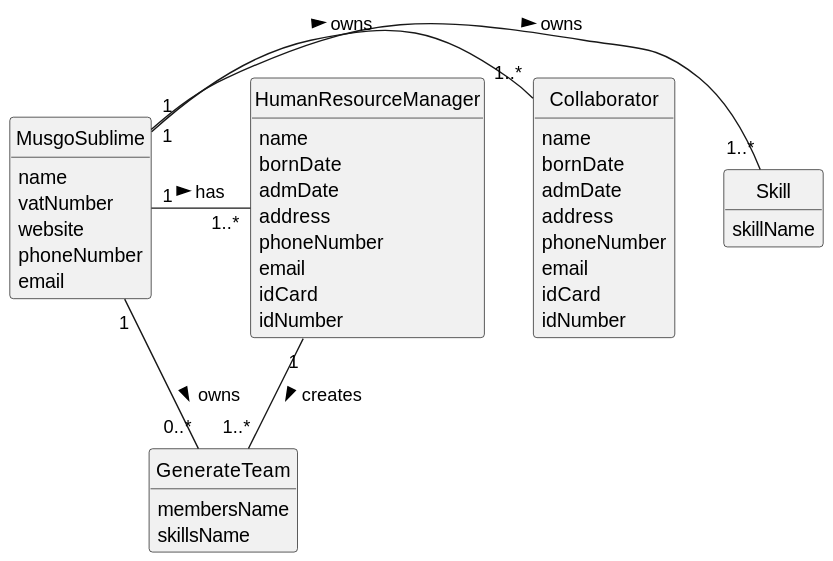
Above: docs/sprintA/us005/02.analysis/svg/us005-domain-model.svg in 1231360-ISEP/lei-24-s2-1db-g021 (PlantUML), before the change. Its diagram source:
```plantuml
@startuml
skinparam monochrome true
skinparam packageStyle rectangle
skinparam shadowing false

skinparam classAttributeIconSize 0

hide circle
hide methods

class MusgoSublime {
    name
    vatNumber
    website
    phoneNumber
    email
}

class HumanResourceManager {
    name
    bornDate
    admDate
    address
    phoneNumber
    email
    idCard
    idNumber
}

class Skill {
    skillName
}

class Collaborator {
    name
    bornDate
    admDate
    address
    phoneNumber
    email
    idCard
    idNumber
}

class GenerateTeam {
    membersName
    skillsName
}

MusgoSublime "1" - "1..*" Skill: owns >
MusgoSublime "1" - "1..*" Collaborator: owns >
MusgoSublime "1" - "1..*" HumanResourceManager : has >
MusgoSublime "1" - "0..*" GenerateTeam: owns >
HumanResourceManager "1" -- "1..*" GenerateTeam : creates >
@enduml
```
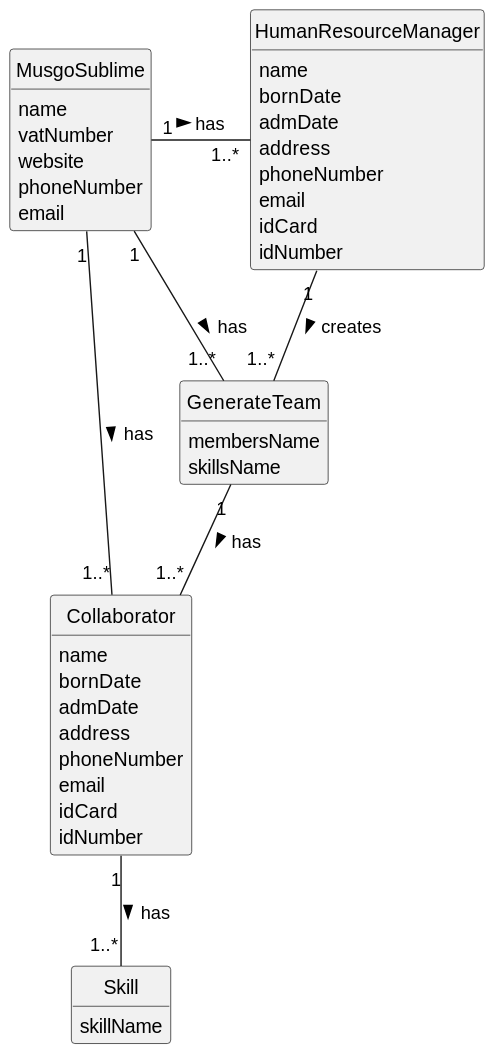
Above is the later version.

Commit message:
Update US05 Domain Model SVG´s.

Diff of the diagram source:
```diff
@@ -47,9 +47,10 @@
     skillsName
 }
 
-MusgoSublime "1" - "1..*" Skill: owns >
-MusgoSublime "1" - "1..*" Collaborator: owns >
+MusgoSublime "1" - "1..*" Collaborator: has >
 MusgoSublime "1" - "1..*" HumanResourceManager : has >
-MusgoSublime "1" - "0..*" GenerateTeam: owns >
+Collaborator "1" -- "1..*" Skill : has >
+MusgoSublime "1" - "1..*" GenerateTeam: has >
+GenerateTeam "1" -- "1..*" Collaborator : has >
 HumanResourceManager "1" -- "1..*" GenerateTeam : creates >
 @enduml
```
